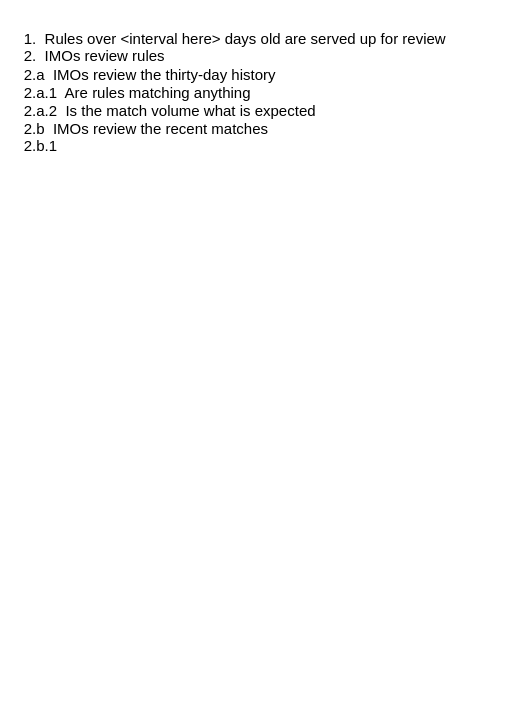
Above: page "Workflow" (2 of 3) of Drawings/RulesEngine/RulesEngine.drawio in RMSLowside/rmslow (draw.io), before the change. Source tidied: cells renumbered, new cells numbered last; positions are measured from the earlier drawing's top-left corner, leaving out a move shared by most shapes. Both pictures are drawn from the tidied source at 125%, with x=0, y=0 at pixel (21, 21).
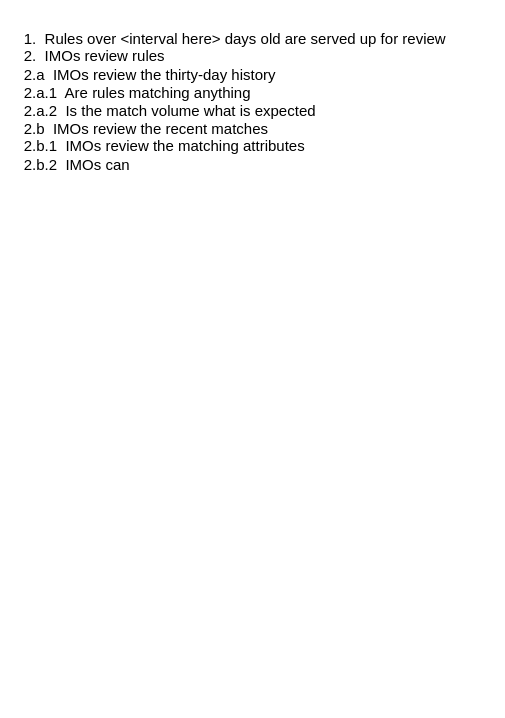
The same page after the edit.

Diff of the diagram source:
```diff
@@
 <mxGraphModel>
   <root>
     <mxCell id="0" />
     <mxCell id="1" parent="0" />
-    <mxCell id="2" value="1.&amp;nbsp; Rules over &amp;lt;interval here&amp;gt; days old are served up for review&lt;br&gt;2.&amp;nbsp; IMOs review rules&lt;br&gt;2.a&amp;nbsp; IMOs review the thirty-day history&lt;br&gt;2.a.1&amp;nbsp; Are rules matching anything&lt;br&gt;2.a.2&amp;nbsp; Is the match volume what is expected&lt;br&gt;2.b&amp;nbsp; IMOs review the recent matches&lt;br&gt;2.b.1" style="text;html=1;strokeColor=none;fillColor=none;align=left;verticalAlign=top;whiteSpace=wrap;rounded=0;" parent="1" vertex="1">
+    <mxCell id="2" value="1.&amp;nbsp; Rules over &amp;lt;interval here&amp;gt; days old are served up for review&lt;br&gt;2.&amp;nbsp; IMOs review rules&lt;br&gt;2.a&amp;nbsp; IMOs review the thirty-day history&lt;br&gt;2.a.1&amp;nbsp; Are rules matching anything&lt;br&gt;2.a.2&amp;nbsp; Is the match volume what is expected&lt;br&gt;2.b&amp;nbsp; IMOs review the recent matches&lt;br&gt;2.b.1&amp;nbsp; IMOs review the matching attributes&amp;nbsp;&lt;br&gt;2.b.2&amp;nbsp; IMOs can&amp;nbsp;" style="text;html=1;strokeColor=none;fillColor=none;align=left;verticalAlign=top;whiteSpace=wrap;rounded=0;" parent="1" vertex="1">
       <mxGeometry width="370" height="540" as="geometry" />
     </mxCell>
   </root>
 </mxGraphModel>
```
